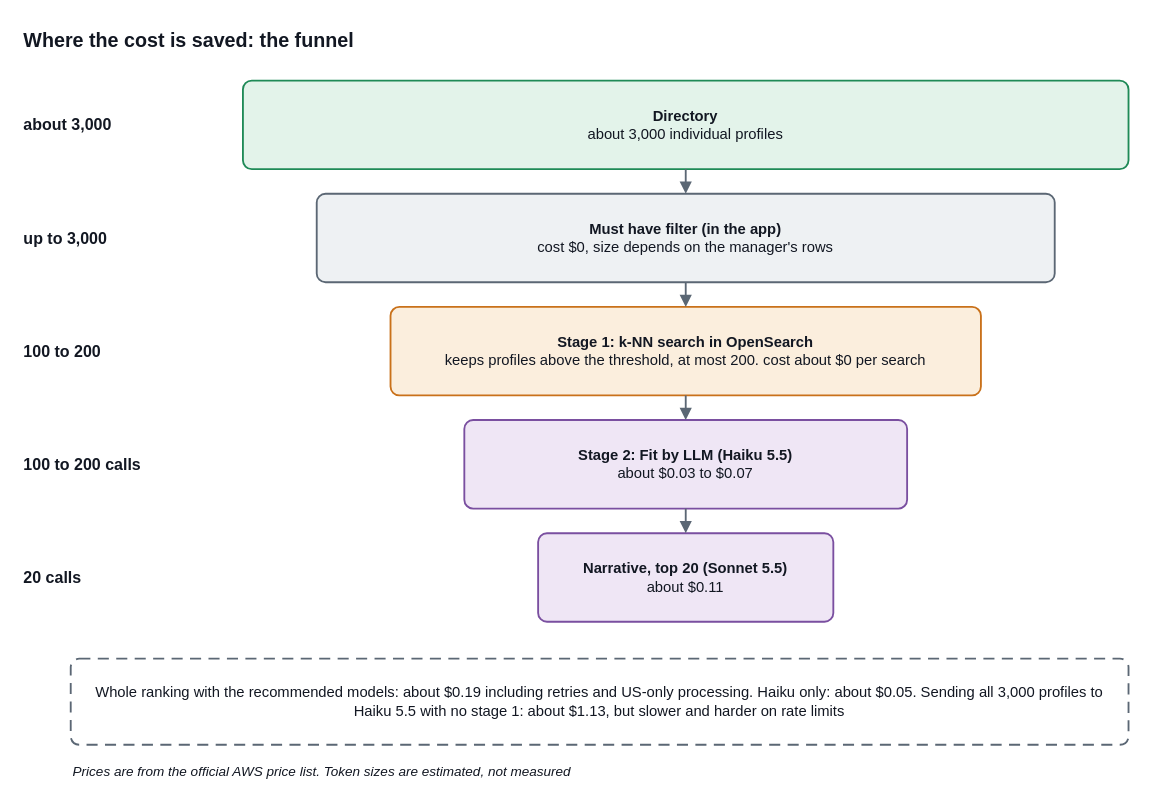
This is loop8/docs/architecture/diagrams/funnel.en.drawio from benjiholzman/mavenscout, a draw.io file, before an edit. Source tidied: cells renumbered, new cells numbered last; positions are measured from the earlier drawing's top-left corner, leaving out a move shared by most shapes. Both pictures are drawn from the tidied source at 123%, with x=0, y=0 at pixel (21, 21).
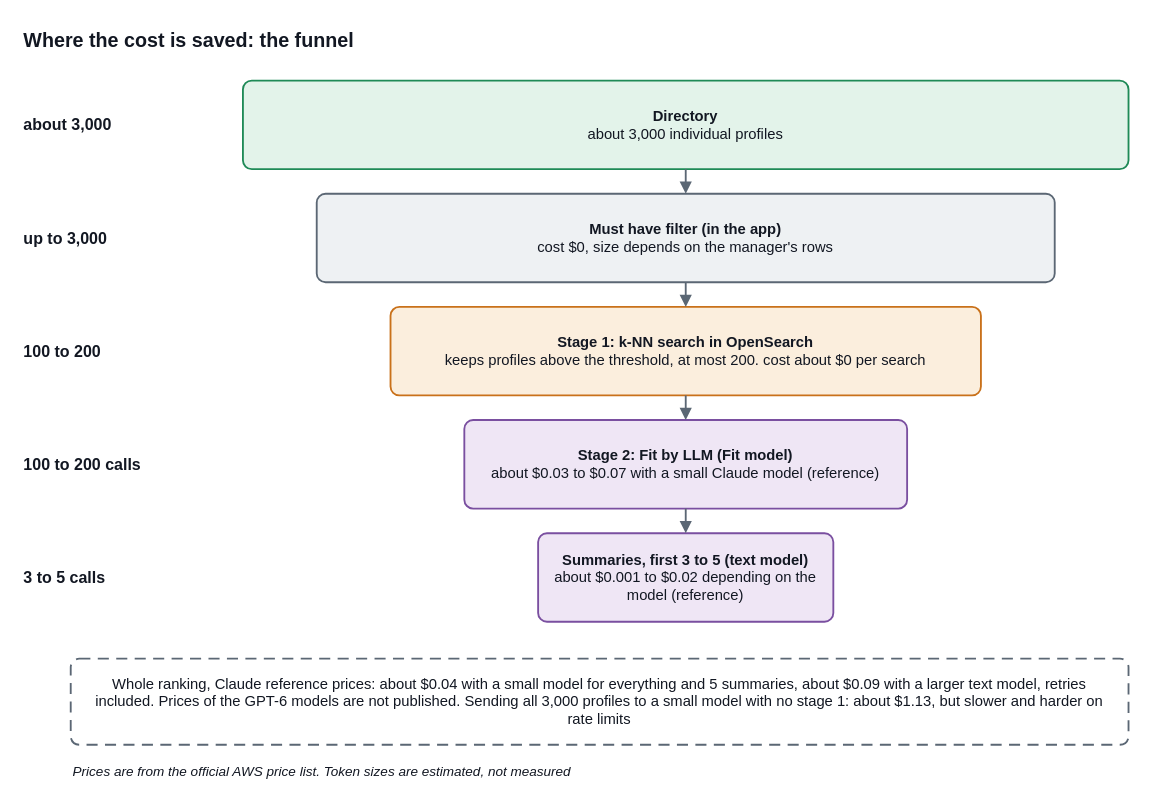
After the change.

Change to the diagram source:
```diff
@@
 <mxGraphModel background="#ffffff">
   <root>
     <mxCell id="0" />
     <mxCell id="1" parent="0" />
     <mxCell id="2" value="&lt;b&gt;Where the cost is saved: the funnel&lt;/b&gt;" style="text;html=1;whiteSpace=wrap;fontSize=16;align=left;verticalAlign=middle;fontColor=#121722;" parent="1" vertex="1">
       <mxGeometry width="600" height="30" as="geometry" />
     </mxCell>
     <mxCell id="3" value="&lt;b&gt;Directory&lt;/b&gt;&lt;br&gt;about 3,000 individual profiles" style="rounded=1;arcSize=10;whiteSpace=wrap;html=1;fillColor=#e3f3ea;strokeColor=#1f8a57;fontColor=#121722;fontSize=12;strokeWidth=1.5;align=center;verticalAlign=middle;spacingLeft=8;spacingRight=8;" parent="1" vertex="1">
       <mxGeometry x="180" y="48" width="720" height="72" as="geometry" />
     </mxCell>
     <mxCell id="4" value="&lt;b&gt;about 3,000&lt;/b&gt;" style="text;html=1;whiteSpace=wrap;fontSize=13;align=left;verticalAlign=middle;fontColor=#121722;" parent="1" vertex="1">
       <mxGeometry y="48" width="150" height="72" as="geometry" />
     </mxCell>
     <mxCell id="5" value="&lt;b&gt;Must have filter (in the app)&lt;/b&gt;&lt;br&gt;cost $0, size depends on the manager's rows" style="rounded=1;arcSize=10;whiteSpace=wrap;html=1;fillColor=#eef1f3;strokeColor=#5b6774;fontColor=#121722;fontSize=12;strokeWidth=1.5;align=center;verticalAlign=middle;spacingLeft=8;spacingRight=8;" parent="1" vertex="1">
       <mxGeometry x="240" y="140" width="600" height="72" as="geometry" />
     </mxCell>
     <mxCell id="6" value="&lt;b&gt;up to 3,000&lt;/b&gt;" style="text;html=1;whiteSpace=wrap;fontSize=13;align=left;verticalAlign=middle;fontColor=#121722;" parent="1" vertex="1">
       <mxGeometry y="140" width="150" height="72" as="geometry" />
     </mxCell>
     <mxCell id="7" value="&lt;b&gt;Stage 1: k-NN search in OpenSearch&lt;/b&gt;&lt;br&gt;keeps profiles above the threshold, at most 200. cost about $0 per search" style="rounded=1;arcSize=10;whiteSpace=wrap;html=1;fillColor=#fbeedd;strokeColor=#c9711a;fontColor=#121722;fontSize=12;strokeWidth=1.5;align=center;verticalAlign=middle;spacingLeft=8;spacingRight=8;" parent="1" vertex="1">
       <mxGeometry x="300" y="232" width="480" height="72" as="geometry" />
     </mxCell>
     <mxCell id="8" value="&lt;b&gt;100 to 200&lt;/b&gt;" style="text;html=1;whiteSpace=wrap;fontSize=13;align=left;verticalAlign=middle;fontColor=#121722;" parent="1" vertex="1">
       <mxGeometry y="232" width="150" height="72" as="geometry" />
     </mxCell>
-    <mxCell id="9" value="&lt;b&gt;Stage 2: Fit by LLM (Haiku 5.5)&lt;/b&gt;&lt;br&gt;about $0.03 to $0.07" style="rounded=1;arcSize=10;whiteSpace=wrap;html=1;fillColor=#efe6f5;strokeColor=#7a4fa0;fontColor=#121722;fontSize=12;strokeWidth=1.5;align=center;verticalAlign=middle;spacingLeft=8;spacingRight=8;" parent="1" vertex="1">
+    <mxCell id="9" value="&lt;b&gt;Stage 2: Fit by LLM (Fit model)&lt;/b&gt;&lt;br&gt;about $0.03 to $0.07 with a small Claude model (reference)" style="rounded=1;arcSize=10;whiteSpace=wrap;html=1;fillColor=#efe6f5;strokeColor=#7a4fa0;fontColor=#121722;fontSize=12;strokeWidth=1.5;align=center;verticalAlign=middle;spacingLeft=8;spacingRight=8;" parent="1" vertex="1">
       <mxGeometry x="360" y="324" width="360" height="72" as="geometry" />
     </mxCell>
     <mxCell id="10" value="&lt;b&gt;100 to 200 calls&lt;/b&gt;" style="text;html=1;whiteSpace=wrap;fontSize=13;align=left;verticalAlign=middle;fontColor=#121722;" parent="1" vertex="1">
       <mxGeometry y="324" width="150" height="72" as="geometry" />
     </mxCell>
-    <mxCell id="11" value="&lt;b&gt;Narrative, top 20 (Sonnet 5.5)&lt;/b&gt;&lt;br&gt;about $0.11" style="rounded=1;arcSize=10;whiteSpace=wrap;html=1;fillColor=#efe6f5;strokeColor=#7a4fa0;fontColor=#121722;fontSize=12;strokeWidth=1.5;align=center;verticalAlign=middle;spacingLeft=8;spacingRight=8;" parent="1" vertex="1">
+    <mxCell id="11" value="&lt;b&gt;Summaries, first 3 to 5 (text model)&lt;/b&gt;&lt;br&gt;about $0.001 to $0.02 depending on the model (reference)" style="rounded=1;arcSize=10;whiteSpace=wrap;html=1;fillColor=#efe6f5;strokeColor=#7a4fa0;fontColor=#121722;fontSize=12;strokeWidth=1.5;align=center;verticalAlign=middle;spacingLeft=8;spacingRight=8;" parent="1" vertex="1">
       <mxGeometry x="420" y="416" width="240" height="72" as="geometry" />
     </mxCell>
-    <mxCell id="12" value="&lt;b&gt;20 calls&lt;/b&gt;" style="text;html=1;whiteSpace=wrap;fontSize=13;align=left;verticalAlign=middle;fontColor=#121722;" parent="1" vertex="1">
+    <mxCell id="12" value="&lt;b&gt;3 to 5 calls&lt;/b&gt;" style="text;html=1;whiteSpace=wrap;fontSize=13;align=left;verticalAlign=middle;fontColor=#121722;" parent="1" vertex="1">
       <mxGeometry y="416" width="150" height="72" as="geometry" />
     </mxCell>
-    <mxCell id="13" value="Whole ranking with the recommended models: about $0.19 including retries and US-only processing. Haiku only: about $0.05. Sending all 3,000 profiles to Haiku 5.5 with no stage 1: about $1.13, but slower and harder on rate limits" style="rounded=1;arcSize=10;whiteSpace=wrap;html=1;fillColor=#ffffff;strokeColor=#5b6774;fontColor=#121722;fontSize=12;strokeWidth=1.5;align=center;verticalAlign=middle;spacingLeft=8;spacingRight=8;dashed=1;dashPattern=6 4;" parent="1" vertex="1">
+    <mxCell id="13" value="Whole ranking, Claude reference prices: about $0.04 with a small model for everything and 5 summaries, about $0.09 with a larger text model, retries included. Prices of the GPT-6 models are not published. Sending all 3,000 profiles to a small model with no stage 1: about $1.13, but slower and harder on rate limits" style="rounded=1;arcSize=10;whiteSpace=wrap;html=1;fillColor=#ffffff;strokeColor=#5b6774;fontColor=#121722;fontSize=12;strokeWidth=1.5;align=center;verticalAlign=middle;spacingLeft=8;spacingRight=8;dashed=1;dashPattern=6 4;" parent="1" vertex="1">
       <mxGeometry x="40" y="518" width="860" height="70" as="geometry" />
     </mxCell>
     <mxCell id="14" value="&lt;i&gt;Prices are from the official AWS price list. Token sizes are estimated, not measured&lt;/i&gt;" style="text;html=1;whiteSpace=wrap;fontSize=11;align=left;verticalAlign=middle;fontColor=#121722;" parent="1" vertex="1">
       <mxGeometry x="40" y="598" width="860" height="24" as="geometry" />
     </mxCell>
     <mxCell id="15" style="edgeStyle=orthogonalEdgeStyle;rounded=1;html=1;endArrow=block;endFill=1;strokeColor=#5b6774;strokeWidth=1.5;fontSize=11;fontColor=#121722;labelBackgroundColor=#ffffff;" parent="1" edge="1" source="3" target="5">
       <mxGeometry relative="1" as="geometry" />
     </mxCell>
     <mxCell id="16" style="edgeStyle=orthogonalEdgeStyle;rounded=1;html=1;endArrow=block;endFill=1;strokeColor=#5b6774;strokeWidth=1.5;fontSize=11;fontColor=#121722;labelBackgroundColor=#ffffff;" parent="1" edge="1" source="5" target="7">
       <mxGeometry relative="1" as="geometry" />
     </mxCell>
     <mxCell id="17" style="edgeStyle=orthogonalEdgeStyle;rounded=1;html=1;endArrow=block;endFill=1;strokeColor=#5b6774;strokeWidth=1.5;fontSize=11;fontColor=#121722;labelBackgroundColor=#ffffff;" parent="1" edge="1" source="7" target="9">
       <mxGeometry relative="1" as="geometry" />
     </mxCell>
     <mxCell id="18" style="edgeStyle=orthogonalEdgeStyle;rounded=1;html=1;endArrow=block;endFill=1;strokeColor=#5b6774;strokeWidth=1.5;fontSize=11;fontColor=#121722;labelBackgroundColor=#ffffff;" parent="1" edge="1" source="9" target="11">
       <mxGeometry relative="1" as="geometry" />
     </mxCell>
   </root>
 </mxGraphModel>
```
